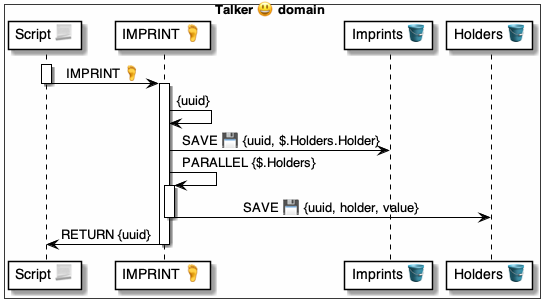
Above: 4 ⚙️ Solution/37 Scripts 📃/📃 Commands ⌘/⌘ for async/IMPRINT 🦶/🦶 IMPRINT ⚙️ uml.png in pollyweb-org/pollyweb-docs (PlantUML), before the change. Its source is kept beside it as 4 ⚙️ Solution/37 Scripts 📃/📃 Commands ⌘/⌘ for async/IMPRINT 🦶/🦶 IMPRINT ⚙️ uml.puml.
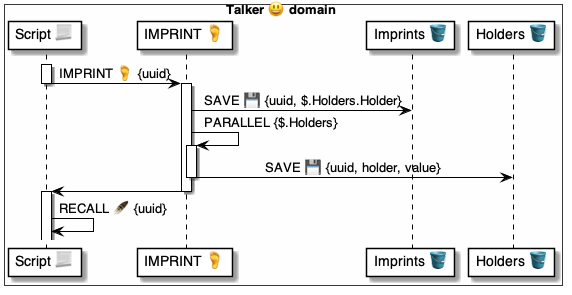
Later version of the same file.

Change to the diagram source:
```diff
@@ -10,12 +10,10 @@
 
 
 activate script
-    script -> imprint: IMPRINT 🦶
+    script -> imprint: IMPRINT 🦶 {uuid}
 deactivate script
 
 activate imprint
-
-    imprint -> imprint: {uuid}
 
     imprint -> imprints: SAVE 💾 {uuid, $.Holders.Holder}
 
@@ -24,9 +22,12 @@
         imprint -> holders: SAVE 💾 {uuid, holder, value}
     deactivate imprint
 
-    imprint -> script: RETURN {uuid}
+    imprint -> script
 
 deactivate imprint
 
+activate script
+    script -> script: RECALL 🪶 {uuid}
+
 
 @enduml
```
